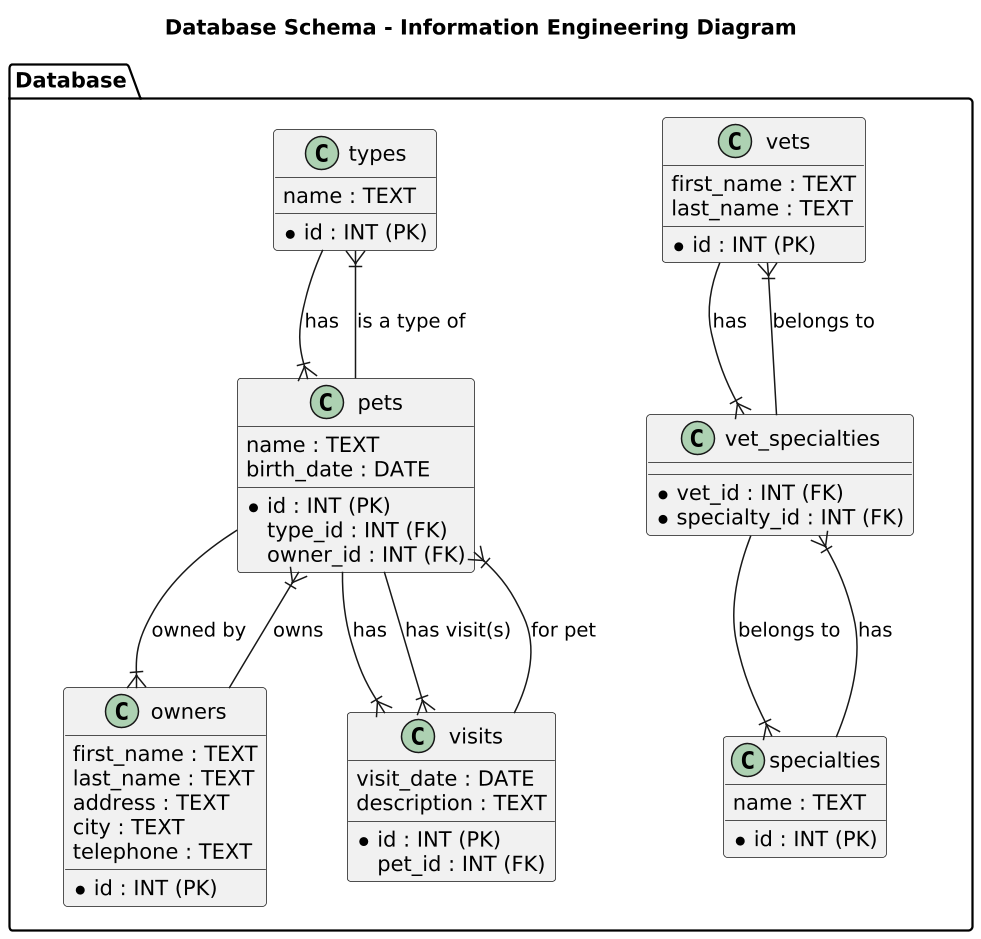
Before: generate-plantuml-from-sql/responses/2-db.png, a diagram exported from PlantUML (mydeveloperplanet/MyAICodingPlanet).
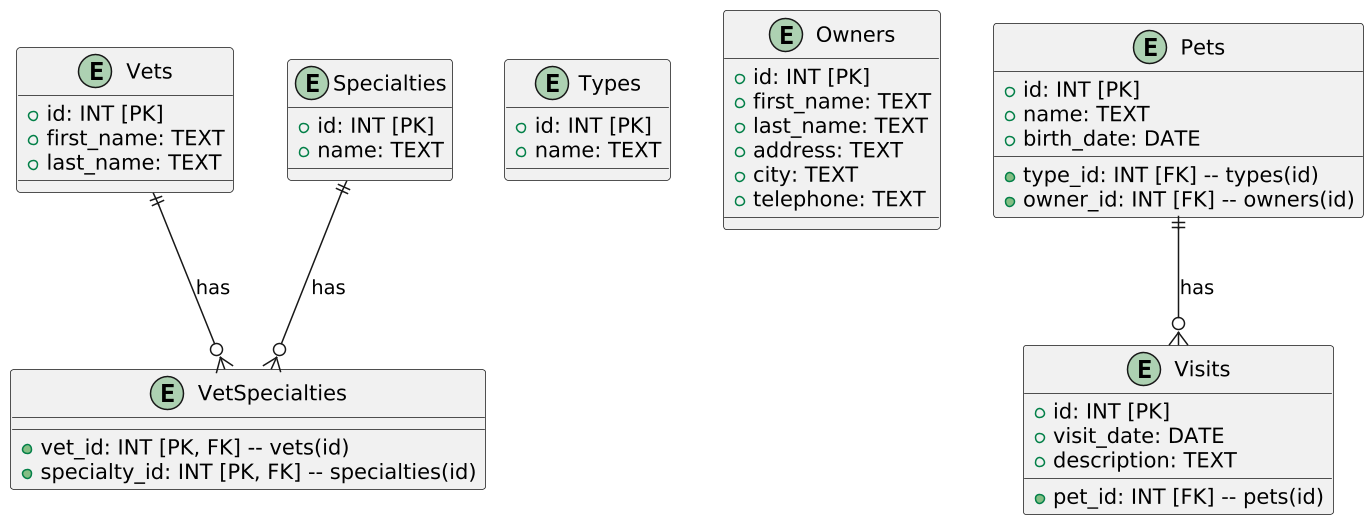
Above is the later version.

What changed in the source:
```diff
@@ -1,71 +1,53 @@
 @startuml
 scale 1.5
 
-!define RECTANGLE class
-
-title Database Schema - Information Engineering Diagram
-
-package "Database" {
-  RECTANGLE "vets" as VETS {
-    * id : INT (PK)
-    first_name : TEXT
-    last_name : TEXT
-  }
-
-  RECTANGLE "specialties" as SPECIALTIES {
-    * id : INT (PK)
-    name : TEXT
-  }
-
-  RECTANGLE "vet_specialties" as VET_SPECIALTIES {
-    * vet_id : INT (FK)
-    * specialty_id : INT (FK)
-  }
-
-  RECTANGLE "types" as TYPES {
-    * id : INT (PK)
-    name : TEXT
-  }
-
-  RECTANGLE "owners" as OWNERS {
-    * id : INT (PK)
-    first_name : TEXT
-    last_name : TEXT
-    address : TEXT
-    city : TEXT
-    telephone : TEXT
-  }
-
-  RECTANGLE "pets" as PETS {
-    * id : INT (PK)
-    name : TEXT
-    birth_date : DATE
-    type_id : INT (FK)
-    owner_id : INT (FK)
-  }
-
-  RECTANGLE "visits" as VISITS {
-    * id : INT (PK)
-    pet_id : INT (FK)
-    visit_date : DATE
-    description : TEXT
-  }
+entity Vets {
+  +id: INT [PK]
+  +first_name: TEXT
+  +last_name: TEXT
 }
 
-VETS --|{ VET_SPECIALTIES : has
-SPECIALTIES --|{ VET_SPECIALTIES : has
+entity Specialties {
+  +id: INT [PK]
+  +name: TEXT
+}
 
-TYPES --|{ PETS : has
-PETS --|{ VISITS : has
-OWNERS --|{ PETS : owns
+entity VetSpecialties {
+  +vet_id: INT [PK, FK] -- vets(id)
+  +specialty_id: INT [PK, FK] -- specialties(id)
+}
 
-VET_SPECIALTIES --|{ VETS : belongs to
-VET_SPECIALTIES --|{ SPECIALTIES : belongs to
+entity Types {
+  +id: INT [PK]
+  +name: TEXT
+}
 
-PETS --|{ TYPES : is a type of
-PETS --|{ VISITS : has visit(s)
-PETS --|{ OWNERS : owned by
+entity Owners {
+  +id: INT [PK]
+  +first_name: TEXT
+  +last_name: TEXT
+  +address: TEXT
+  +city: TEXT
+  +telephone: TEXT
+}
 
-VISITS --|{ PETS : for pet
+entity Pets {
+  +id: INT [PK]
+  +name: TEXT
+  +birth_date: DATE
+  +type_id: INT [FK] -- types(id)
+  +owner_id: INT [FK] -- owners(id)
+}
+
+entity Visits {
+  +id: INT [PK]
+  +pet_id: INT [FK] -- pets(id)
+  +visit_date: DATE
+  +description: TEXT
+}
+
+Vets ||--o{ VetSpecialties : has
+Specialties ||--o{ VetSpecialties : has
+Pets ||--o{ Visits : has
 
 @enduml
```
